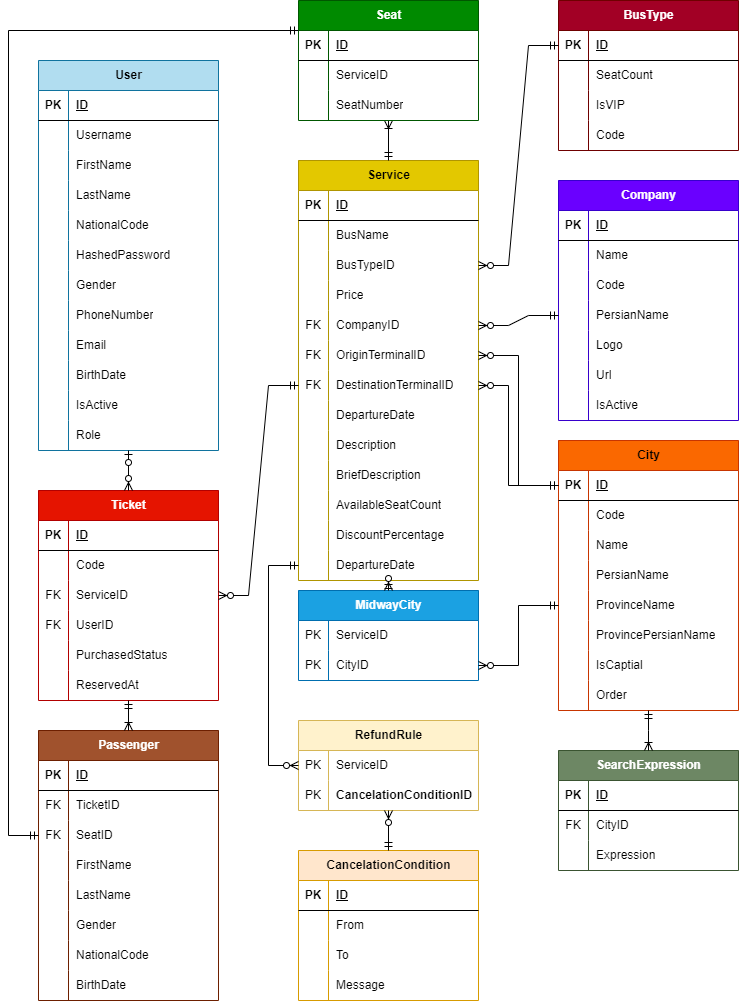
The draw.io diagram Safar724.drawio.png in AliPadash82/Safar724Design, before a commit. Source tidied: cells renumbered, new cells last; positions are measured from the earlier drawing's top-left corner, leaving out a move shared by most shapes.
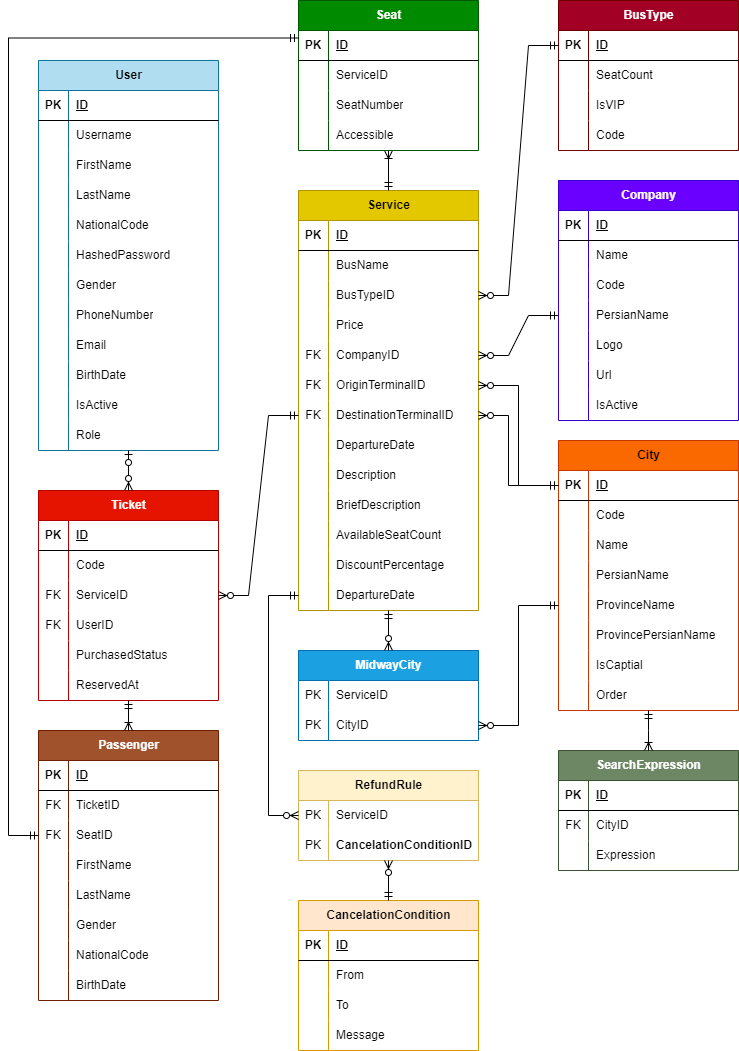
After the change.

Commit message:
The ERD was modified. a column for seat called accessible has been inserted.

What changed in the source:
```diff
@@ -114,7 +114,7 @@
       <mxGeometry x="30" width="150" height="30" as="geometry" />
     </mxCell>
     <mxCell id="39" value="&lt;div&gt;&lt;span style=&quot;background-color: initial;&quot;&gt;Service&lt;/span&gt;&lt;br&gt;&lt;/div&gt;" style="shape=table;startSize=30;rowLines=0;fontStyle=1;align=center;html=1;fillColor=#e3c800;strokeColor=#B09500;fontColor=#000000;" parent="1" vertex="1">
-      <mxGeometry x="290" y="160" width="180" height="420" as="geometry" />
+      <mxGeometry x="290" y="190" width="180" height="420" as="geometry" />
     </mxCell>
     <mxCell id="40" style="shape=tableRow;horizontal=0;startSize=0;swimlaneHead=0;swimlaneBody=0;fillColor=none;top=0;left=0;right=0;bottom=1;" parent="39" vertex="1">
       <mxGeometry y="30" width="180" height="30" as="geometry" />
@@ -432,7 +432,7 @@
       <mxGeometry x="30" width="150" height="30" as="geometry" />
     </mxCell>
     <mxCell id="145" value="MidwayCity" style="shape=table;startSize=30;rowLines=0;fontStyle=1;align=center;html=1;fillColor=#1ba1e2;fontColor=#ffffff;strokeColor=#006EAF;" parent="1" vertex="1">
-      <mxGeometry x="290" y="590" width="180" height="90" as="geometry" />
+      <mxGeometry x="290" y="650" width="180" height="90" as="geometry" />
     </mxCell>
     <mxCell id="146" style="shape=tableRow;horizontal=0;startSize=0;swimlaneHead=0;swimlaneBody=0;fillColor=none;top=0;left=0;right=0;bottom=0;" parent="145" vertex="1">
       <mxGeometry y="30" width="180" height="30" as="geometry" />
@@ -497,7 +497,7 @@
     <mxCell id="166" style="fontSize=12;html=1;endArrow=ERzeroToMany;startArrow=ERmandOne;rounded=0;exitX=0;exitY=0.5;exitDx=0;exitDy=0;entryX=1;entryY=0.5;entryDx=0;entryDy=0;edgeStyle=elbowEdgeStyle;" parent="1" edge="1" source="133" target="149">
       <mxGeometry relative="1" as="geometry" />
     </mxCell>
-    <mxCell id="167" style="fontSize=12;html=1;endArrow=ERoneToMany;startArrow=ERmandOne;rounded=0;" parent="1" edge="1" source="39" target="226">
+    <mxCell id="167" style="fontSize=12;html=1;endArrow=ERoneToMany;startArrow=ERmandOne;rounded=0;" parent="1" edge="1" source="39" target="244">
       <mxGeometry relative="1" as="geometry" />
     </mxCell>
     <mxCell id="168" style="edgeStyle=orthogonalEdgeStyle;fontSize=12;html=1;endArrow=ERzeroToMany;startArrow=ERmandOne;rounded=0;entryX=1;entryY=0.5;entryDx=0;entryDy=0;exitX=0;exitY=0.5;exitDx=0;exitDy=0;" parent="1" edge="1" source="121" target="55">
@@ -514,7 +514,7 @@
       <mxGeometry relative="1" as="geometry" />
     </mxCell>
     <mxCell id="171" value="CancelationCondition" style="shape=table;startSize=30;rowLines=0;fontStyle=1;align=center;html=1;fillColor=#ffe6cc;strokeColor=#d79b00;" parent="1" vertex="1">
-      <mxGeometry x="290" y="850" width="180" height="150" as="geometry" />
+      <mxGeometry x="290" y="900" width="180" height="150" as="geometry" />
     </mxCell>
     <mxCell id="172" style="shape=tableRow;horizontal=0;startSize=0;swimlaneHead=0;swimlaneBody=0;fillColor=none;top=0;left=0;right=0;bottom=1;" parent="171" vertex="1">
       <mxGeometry y="30" width="180" height="30" as="geometry" />
@@ -553,7 +553,7 @@
       <mxGeometry x="30" width="150" height="30" as="geometry" />
     </mxCell>
     <mxCell id="184" value="RefundRule" style="shape=table;startSize=30;rowLines=0;fontStyle=1;align=center;html=1;fillColor=#fff2cc;strokeColor=#d6b656;" parent="1" vertex="1">
-      <mxGeometry x="290" y="720" width="180" height="90" as="geometry" />
+      <mxGeometry x="290" y="770" width="180" height="90" as="geometry" />
     </mxCell>
     <mxCell id="185" style="shape=tableRow;horizontal=0;startSize=0;swimlaneHead=0;swimlaneBody=0;fillColor=none;points=[[0,0.5],[1,0.5]];portConstraint=eastwest;top=0;left=0;right=0;bottom=0;" parent="184" vertex="1">
       <mxGeometry y="30" width="180" height="30" as="geometry" />
@@ -662,7 +662,7 @@
       <mxGeometry relative="1" as="geometry" />
     </mxCell>
     <mxCell id="219" value="Seat" style="shape=table;startSize=30;rowLines=0;fontStyle=1;align=center;html=1;fillColor=#008a00;strokeColor=#005700;fontColor=#ffffff;" parent="1" vertex="1">
-      <mxGeometry x="290" width="180" height="120" as="geometry" />
+      <mxGeometry x="290" width="180" height="150" as="geometry" />
     </mxCell>
     <mxCell id="220" style="shape=tableRow;horizontal=0;startSize=0;swimlaneHead=0;swimlaneBody=0;fillColor=none;top=0;left=0;right=0;bottom=1;" parent="219" vertex="1">
       <mxGeometry y="30" width="180" height="30" as="geometry" />
@@ -691,6 +691,15 @@
     <mxCell id="228" value="SeatNumber" style="shape=partialRectangle;fillColor=none;top=0;left=0;bottom=0;right=0;align=left;spacingLeft=6;overflow=hidden;whiteSpace=wrap;html=1;" parent="226" vertex="1">
       <mxGeometry x="30" width="150" height="30" as="geometry" />
     </mxCell>
+    <mxCell id="244" style="shape=tableRow;horizontal=0;startSize=0;swimlaneHead=0;swimlaneBody=0;fillColor=none;points=[[0,0.5],[1,0.5]];portConstraint=eastwest;top=0;left=0;right=0;bottom=0;" parent="219" vertex="1">
+      <mxGeometry y="120" width="180" height="30" as="geometry" />
+    </mxCell>
+    <mxCell id="245" style="shape=partialRectangle;fillColor=none;top=0;left=0;bottom=0;right=0;overflow=hidden;whiteSpace=wrap;html=1;" parent="244" vertex="1">
+      <mxGeometry width="30" height="30" as="geometry" />
+    </mxCell>
+    <mxCell id="246" value="Accessible" style="shape=partialRectangle;fillColor=none;top=0;left=0;bottom=0;right=0;align=left;spacingLeft=6;overflow=hidden;whiteSpace=wrap;html=1;" parent="244" vertex="1">
+      <mxGeometry x="30" width="150" height="30" as="geometry" />
+    </mxCell>
     <mxCell id="229" style="edgeStyle=elbowEdgeStyle;fontSize=12;html=1;endArrow=ERmandOne;startArrow=ERmandOne;rounded=0;exitX=0;exitY=0.5;exitDx=0;exitDy=0;elbow=vertical;entryX=0;entryY=0.25;entryDx=0;entryDy=0;" parent="1" edge="1" source="200" target="219">
       <mxGeometry relative="1" as="geometry">
         <Array as="points">
```
